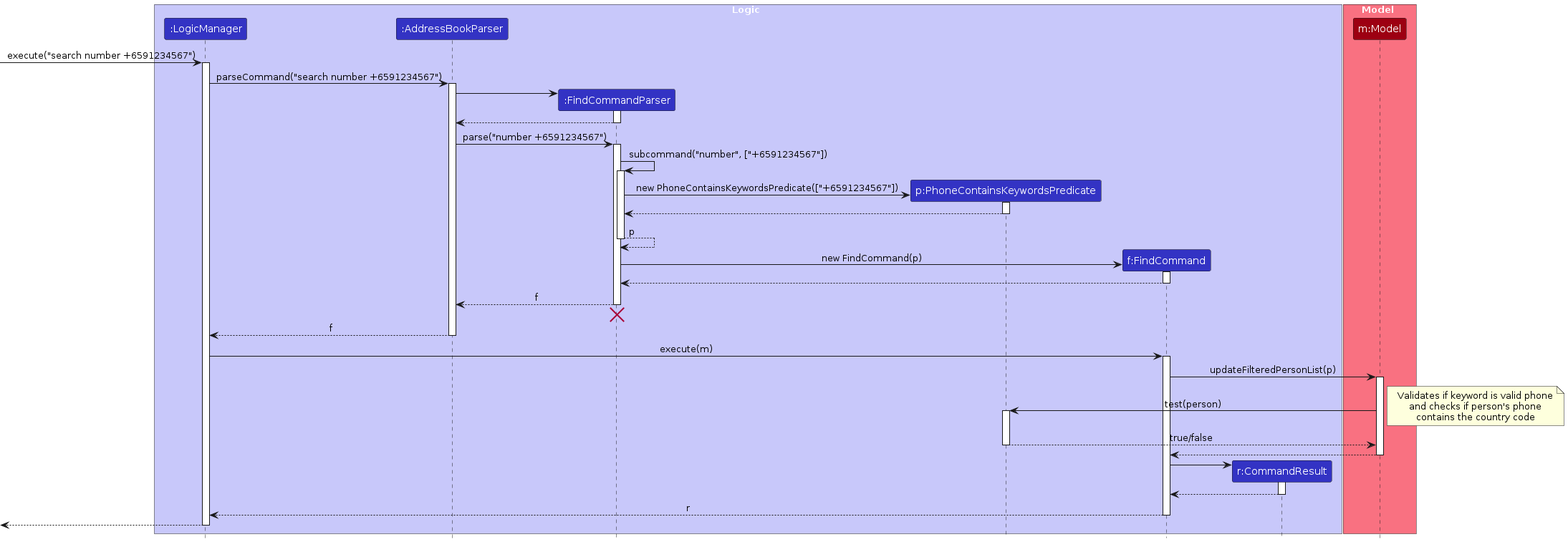
The PlantUML diagram diagrams/SearchSequenceDiagram.png in AppDevIn/tp, before a commit. Its source is kept beside it as diagrams/SearchSequenceDiagram.puml. Its diagram source:
```plantuml
@startuml
!include style.puml
skinparam ArrowFontStyle plain

box Logic LOGIC_COLOR_T1
participant ":LogicManager" as LogicManager LOGIC_COLOR
participant ":AddressBookParser" as AddressBookParser LOGIC_COLOR
participant ":FindCommandParser" as FindCommandParser LOGIC_COLOR
participant "p:PhoneContainsKeywordsPredicate" as Predicate LOGIC_COLOR
participant "f:FindCommand" as FindCommand LOGIC_COLOR
participant "r:CommandResult" as CommandResult LOGIC_COLOR
end box

box Model MODEL_COLOR_T1
participant "m:Model" as Model MODEL_COLOR
end box

[-> LogicManager : execute("search number +6591234567")
activate LogicManager

LogicManager -> AddressBookParser : parseCommand("search number +6591234567")
activate AddressBookParser

create FindCommandParser
AddressBookParser -> FindCommandParser
activate FindCommandParser

FindCommandParser --> AddressBookParser
deactivate FindCommandParser

AddressBookParser -> FindCommandParser : parse("number +6591234567")
activate FindCommandParser

FindCommandParser -> FindCommandParser : subcommand("number", ["+6591234567"])
activate FindCommandParser

create Predicate
FindCommandParser -> Predicate : new PhoneContainsKeywordsPredicate(["+6591234567"])
activate Predicate

Predicate --> FindCommandParser
deactivate Predicate

FindCommandParser --> FindCommandParser : p
deactivate FindCommandParser

create FindCommand
FindCommandParser -> FindCommand : new FindCommand(p)
activate FindCommand

FindCommand --> FindCommandParser
deactivate FindCommand

FindCommandParser --> AddressBookParser : f
deactivate FindCommandParser
FindCommandParser -[hidden]-> AddressBookParser
destroy FindCommandParser

AddressBookParser --> LogicManager : f
deactivate AddressBookParser

LogicManager -> FindCommand : execute(m)
activate FindCommand

FindCommand -> Model : updateFilteredPersonList(p)
activate Model

Model -> Predicate : test(person)
activate Predicate
note right
  Validates if keyword is valid phone
  and checks if person's phone
  contains the country code
end note

Predicate --> Model : true/false
deactivate Predicate

Model --> FindCommand
deactivate Model

create CommandResult
FindCommand -> CommandResult
activate CommandResult

CommandResult --> FindCommand
deactivate CommandResult

FindCommand --> LogicManager : r
deactivate FindCommand

[<--LogicManager
deactivate LogicManager
@enduml
```
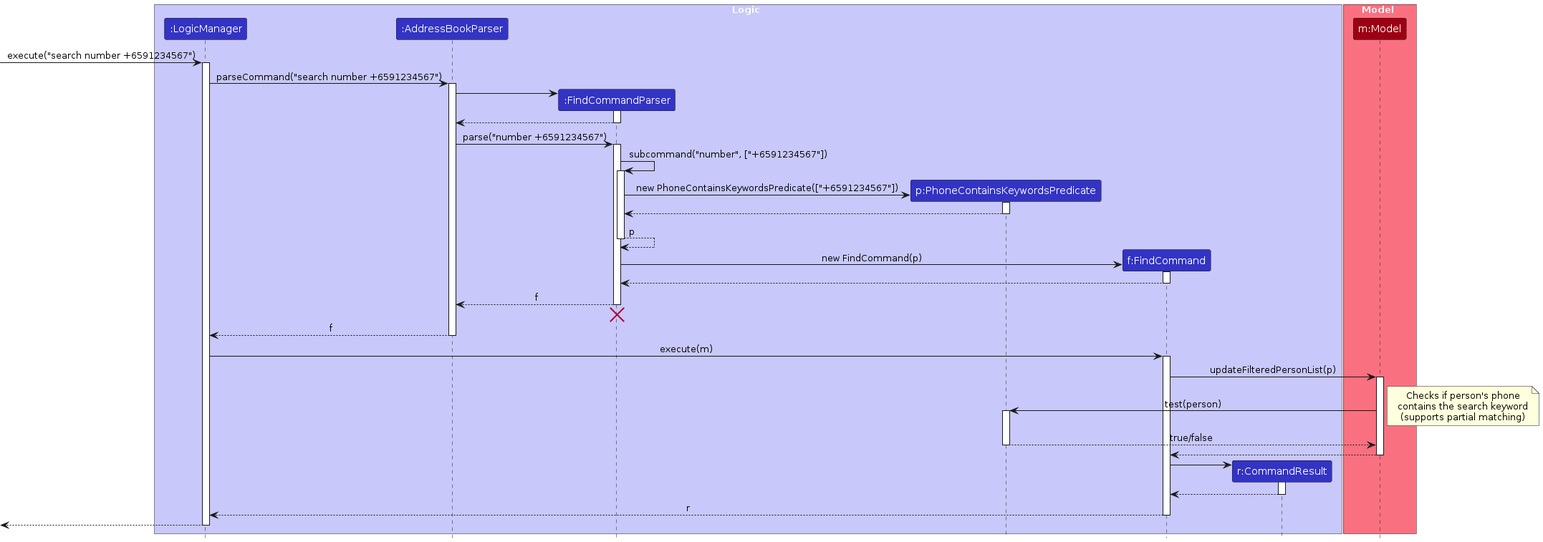
The same file after the commit.

Diff of the diagram source:
```diff
@@ -68,9 +68,9 @@
 Model -> Predicate : test(person)
 activate Predicate
 note right
-  Validates if keyword is valid phone
-  and checks if person's phone
-  contains the country code
+  Checks if person's phone
+  contains the search keyword
+  (supports partial matching)
 end note
 
 Predicate --> Model : true/false
```
